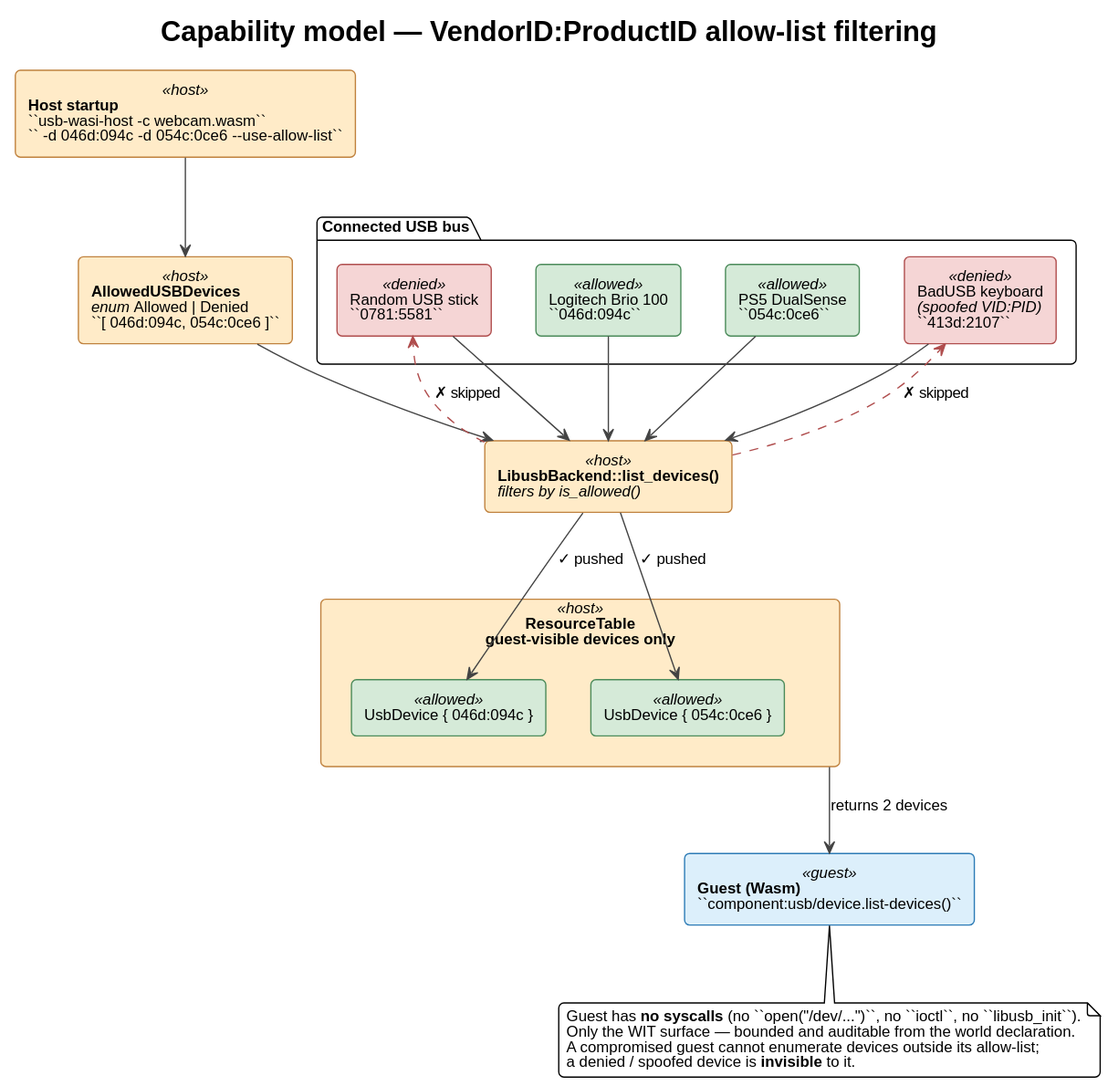
Above: diagrams/capability_model.svg in idlab-discover/masters-sibren-wieme (PlantUML), before the change. The source it was exported from:
```plantuml
@startuml
!theme plain
skinparam shadowing false
skinparam roundcorner 8
skinparam defaultFontName "Helvetica"
skinparam defaultFontSize 12
skinparam ArrowColor #444

title Capability model — VendorID:ProductID allow-list filtering

skinparam rectangle {
  BackgroundColor<<allowed>>  #D5EAD8
  BorderColor<<allowed>>      #4B8B5A
  BackgroundColor<<denied>>   #F5D5D5
  BorderColor<<denied>>       #B04E4E
  BackgroundColor<<host>>     #FFEBC8
  BorderColor<<host>>         #C0823F
  BackgroundColor<<guest>>    #DCEFFB
  BorderColor<<guest>>        #2C7BB6
}

rectangle "**Host startup**\n``usb-wasi-host -c webcam.wasm``\n``  -d 046d:094c -d 054c:0ce6 --use-allow-list``" as cli <<host>>

rectangle "**AllowedUSBDevices**\n//enum// Allowed | Denied\n``[ 046d:094c, 054c:0ce6 ]``" as allow <<host>>

cli --> allow

package "Connected USB bus" {
  rectangle "Logitech Brio 100\n``046d:094c``" as dev1 <<allowed>>
  rectangle "PS5 DualSense\n``054c:0ce6``" as dev2 <<allowed>>
  rectangle "Random USB stick\n``0781:5581``" as dev3 <<denied>>
  rectangle "BadUSB keyboard\n//(spoofed VID:PID)//\n``413d:2107``" as dev4 <<denied>>
}

rectangle "**LibusbBackend::list_devices()**\n//filters by is_allowed()//" as filter <<host>>

allow --> filter
dev1 --> filter
dev2 --> filter
dev3 --> filter
dev4 --> filter

rectangle "**ResourceTable**\nguest-visible devices only" as rt <<host>> {
  rectangle "UsbDevice { 046d:094c }" as r1 <<allowed>>
  rectangle "UsbDevice { 054c:0ce6 }" as r2 <<allowed>>
}

filter --> r1 : ✓ pushed
filter --> r2 : ✓ pushed
filter -[#B04E4E,dashed]-> dev3 : ✗ skipped
filter -[#B04E4E,dashed]-> dev4 : ✗ skipped

rectangle "**Guest (Wasm)**\n``component:usb/device.list-devices()``" as guest <<guest>>

rt --> guest : returns 2 devices

note bottom of guest
  Guest has **no syscalls** (no ``open("/dev/...")``, no ``ioctl``, no ``libusb_init``).
  Only the WIT surface — bounded and auditable from the world declaration.
  A compromised guest cannot enumerate devices outside its allow-list;
  a denied / spoofed device is **invisible** to it.
end note
@enduml
```
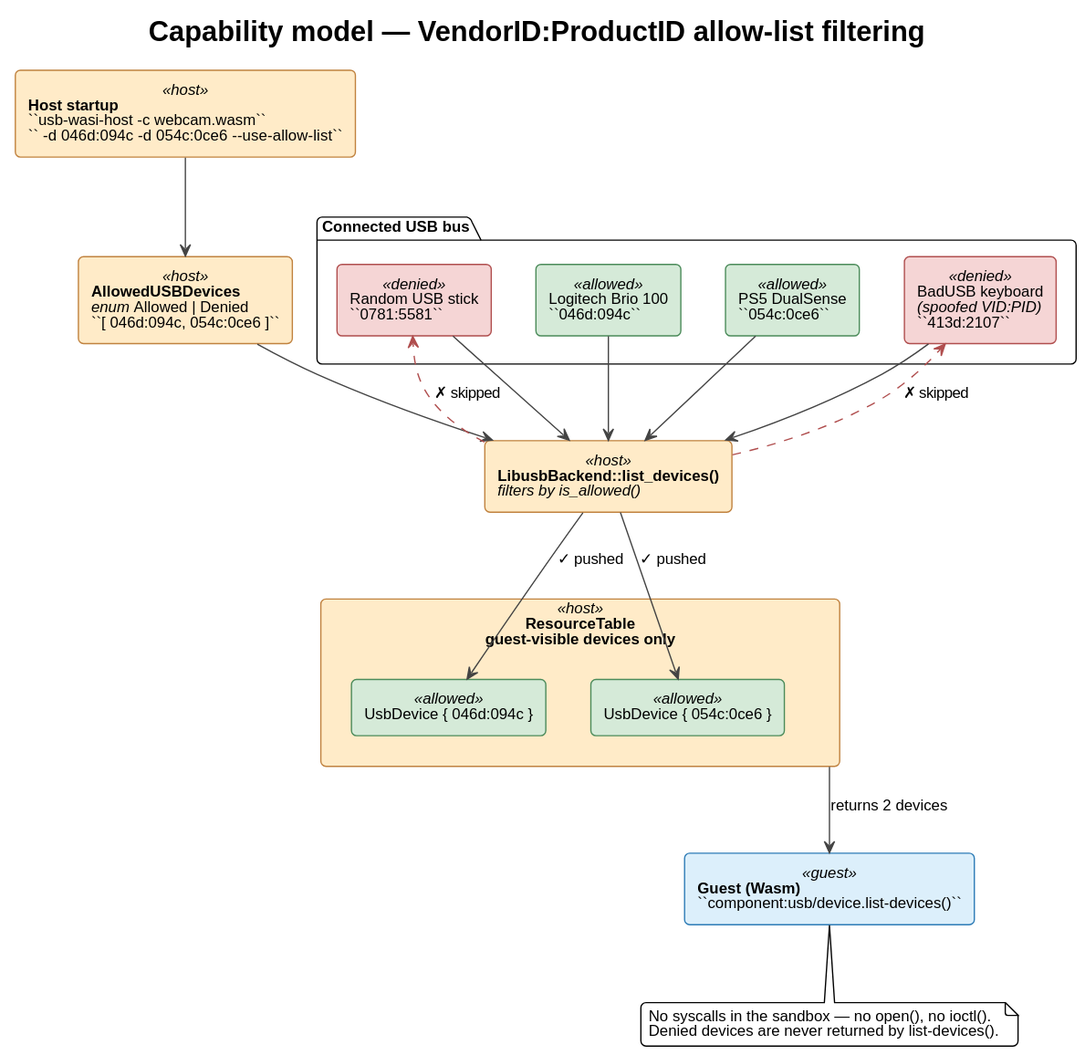
After the commit.

The edit, as a diff of the source:
```diff
@@ -55,9 +55,7 @@
 rt --> guest : returns 2 devices
 
 note bottom of guest
-  Guest has **no syscalls** (no ``open("/dev/...")``, no ``ioctl``, no ``libusb_init``).
-  Only the WIT surface — bounded and auditable from the world declaration.
-  A compromised guest cannot enumerate devices outside its allow-list;
-  a denied / spoofed device is **invisible** to it.
+  No syscalls in the sandbox — no open(), no ioctl().
+  Denied devices are never returned by list-devices().
 end note
 @enduml
```
